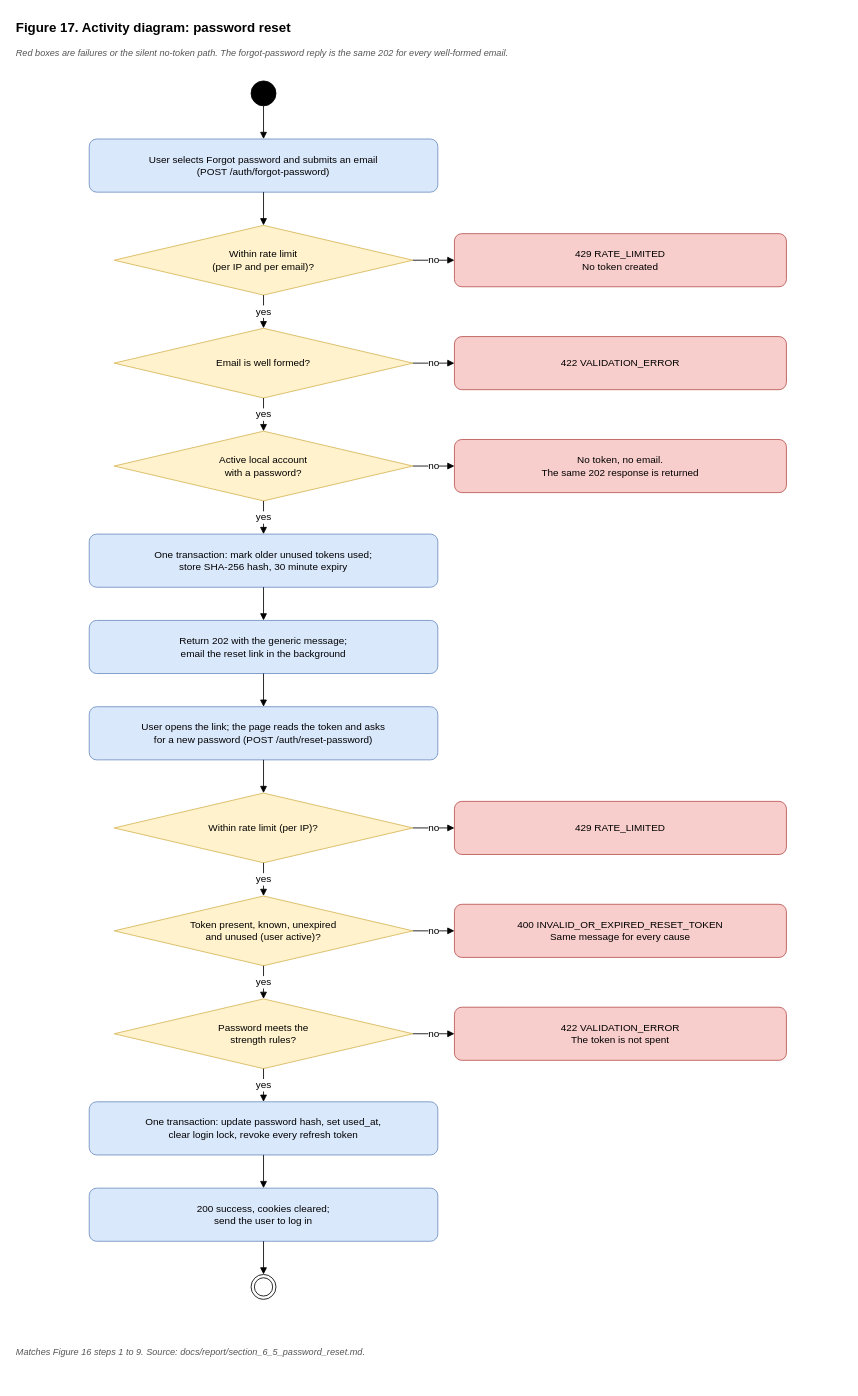
Earlier version of the draw.io diagram docs/diagrams/figure-17-password-reset-activity.drawio (Vineth-R/swiftdrop). Source tidied: cells renumbered, new cells numbered last; positions are measured from the earlier drawing's top-left corner, leaving out a move shared by most shapes. Both pictures are drawn from the tidied source at 83%, with x=0, y=0 at pixel (14, 14).
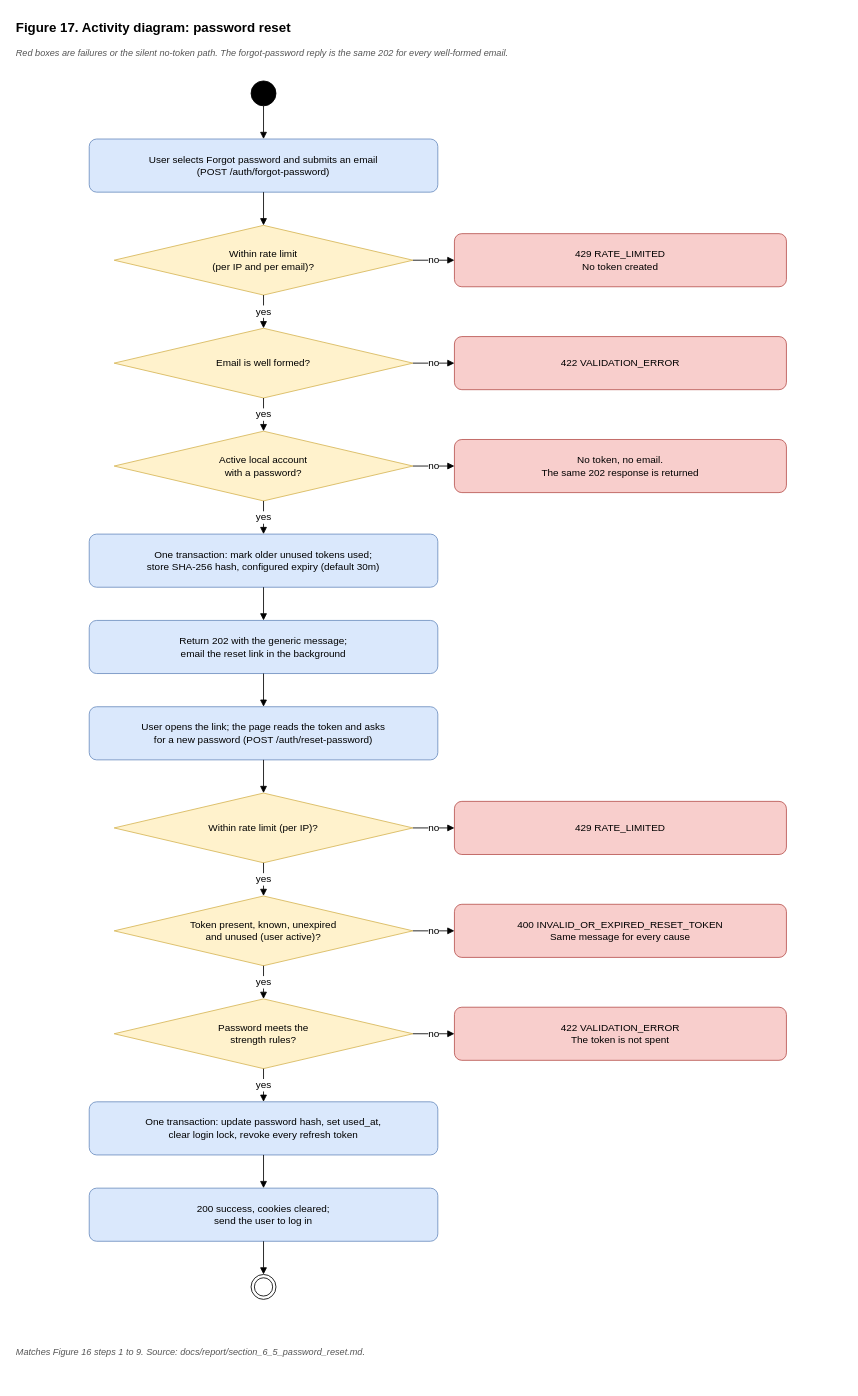
The same diagram, later.

Diff of the diagram source:
```diff
@@
-    <mxCell id="19" value="One transaction: mark older unused tokens used;&lt;br&gt;store SHA-256 hash, 30 minute expiry" style="rounded=1;arcSize=14;fillColor=#dae8fc;strokeColor=#6c8ebf;fontFamily=Helvetica;fontSize=12;html=1;whiteSpace=wrap;" parent="1" vertex="1">
+    <mxCell id="19" value="One transaction: mark older unused tokens used;&lt;br&gt;store SHA-256 hash, configured expiry (default 30m)" style="rounded=1;arcSize=14;fillColor=#dae8fc;strokeColor=#6c8ebf;fontFamily=Helvetica;fontSize=12;html=1;whiteSpace=wrap;" parent="1" vertex="1">
       <mxGeometry x="90" y="626" width="420" height="64" as="geometry" />
     </mxCell>
```
